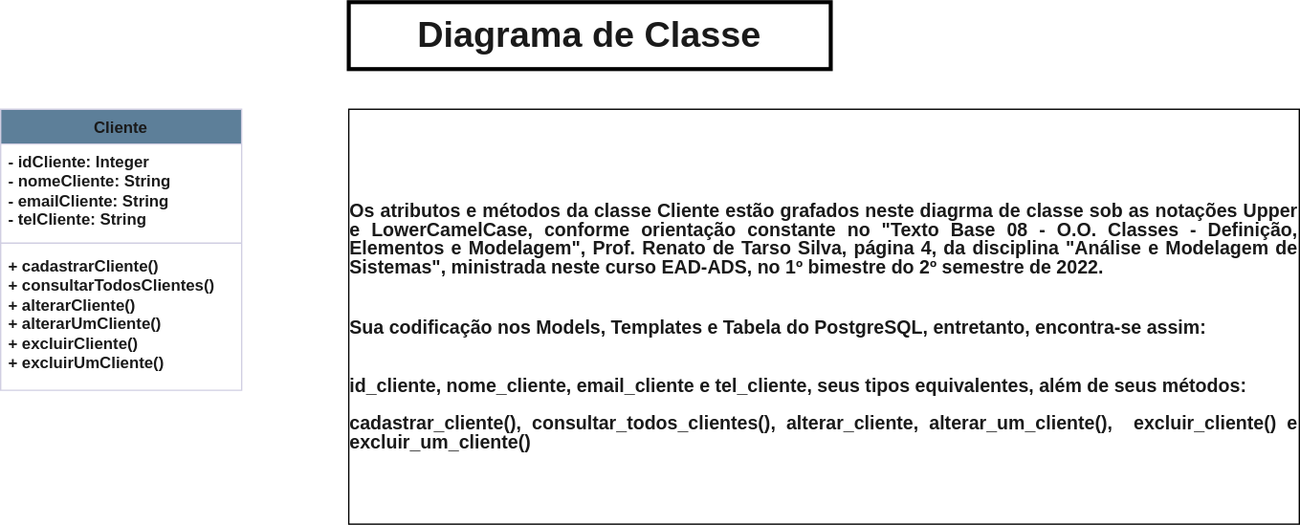
Before: diagramaDeClasse.svg, a diagram exported from draw.io (RicardoDWeb/SoftwareProducts2023). Source tidied: cells renumbered, new cells last; positions are measured from the earlier drawing's top-left corner, leaving out a move shared by most shapes.
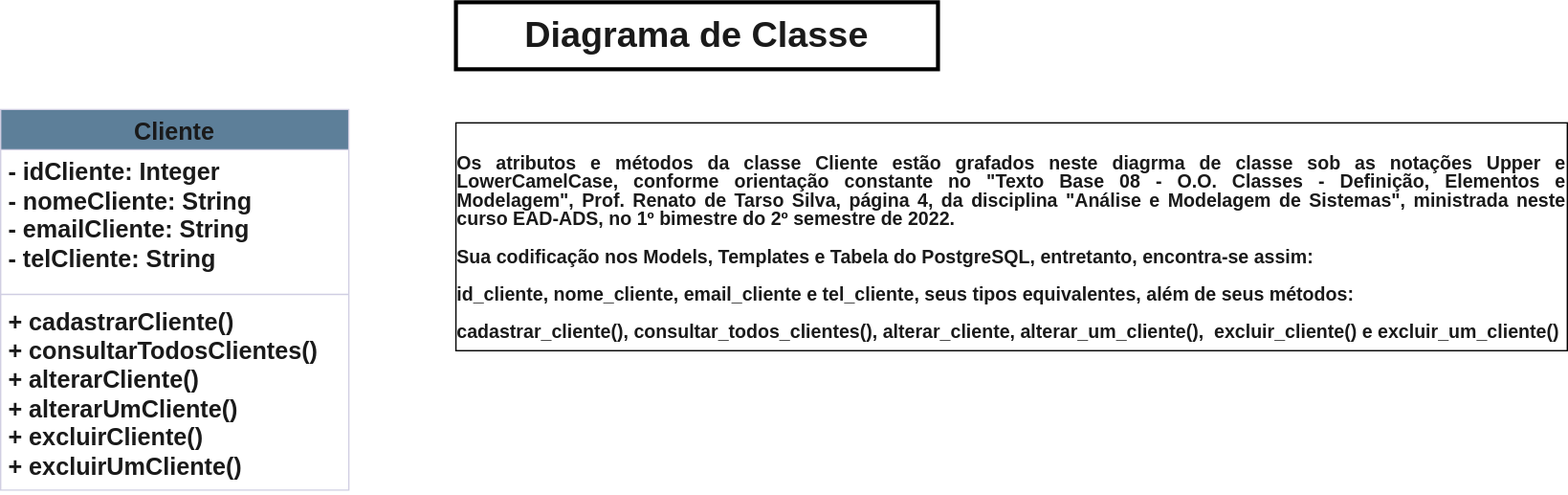
After the commit.

Diff of the diagram source:
```diff
@@ -2,23 +2,23 @@
   <root>
     <mxCell id="0" />
     <mxCell id="1" parent="0" />
-    <mxCell id="2" value="Cliente" style="swimlane;fontStyle=1;align=center;verticalAlign=top;horizontal=1;startSize=26;whiteSpace=wrap;html=1;labelBackgroundColor=none;fillColor=#5D7F99;strokeColor=#D0CEE2;fontColor=#1A1A1A;" parent="1" vertex="1">
-      <mxGeometry y="80" width="180" height="210" as="geometry" />
+    <mxCell id="2" value="&lt;font style=&quot;font-size: 18px;&quot;&gt;Cliente&lt;/font&gt;" style="swimlane;fontStyle=1;align=center;verticalAlign=top;horizontal=1;startSize=30;whiteSpace=wrap;html=1;labelBackgroundColor=none;fillColor=#5D7F99;strokeColor=#D0CEE2;fontColor=#1A1A1A;" parent="1" vertex="1">
+      <mxGeometry y="80" width="260" height="284" as="geometry" />
     </mxCell>
-    <mxCell id="3" value="&lt;b&gt;- idCliente: Integer&lt;br&gt;- nomeCliente: String&lt;br&gt;- emailCliente: String&lt;br&gt;- telCliente: String&lt;/b&gt;" style="text;strokeColor=none;fillColor=none;align=left;verticalAlign=top;spacingLeft=4;spacingRight=4;overflow=hidden;whiteSpace=wrap;html=1;labelBackgroundColor=none;fontColor=#1A1A1A;" parent="2" vertex="1">
-      <mxGeometry y="26" width="180" height="70" as="geometry" />
+    <mxCell id="3" value="&lt;b style=&quot;font-size: 18px;&quot;&gt;- idCliente: Integer&lt;br&gt;- nomeCliente: String&lt;br&gt;- emailCliente: String&lt;br&gt;- telCliente: String&lt;/b&gt;" style="text;strokeColor=none;fillColor=none;align=left;verticalAlign=top;spacingLeft=4;spacingRight=4;overflow=hidden;whiteSpace=wrap;html=1;labelBackgroundColor=none;fontColor=#1A1A1A;" parent="2" vertex="1">
+      <mxGeometry y="30" width="260" height="104" as="geometry" />
     </mxCell>
     <mxCell id="4" style="line;strokeWidth=1;fillColor=none;align=left;verticalAlign=middle;spacingTop=-1;spacingLeft=3;spacingRight=3;labelPosition=right;labelBackgroundColor=none;strokeColor=#D0CEE2;fontColor=#1A1A1A;" parent="2" vertex="1">
-      <mxGeometry y="96" width="180" height="8" as="geometry" />
+      <mxGeometry y="134" width="260" height="8" as="geometry" />
     </mxCell>
-    <mxCell id="5" value="&lt;b&gt;+ cadastrarCliente()&lt;br&gt;+ consultarTodosClientes()&lt;br&gt;+ alterarCliente()&lt;br&gt;+ alterarUmCliente()&lt;br&gt;+ excluirCliente()&lt;br&gt;+ excluirUmCliente()&lt;/b&gt;" style="text;strokeColor=none;fillColor=none;align=left;verticalAlign=top;spacingLeft=4;spacingRight=4;overflow=hidden;whiteSpace=wrap;html=1;labelBackgroundColor=none;fontColor=#1A1A1A;" parent="2" vertex="1">
-      <mxGeometry y="104" width="180" height="106" as="geometry" />
+    <mxCell id="5" value="&lt;b style=&quot;font-size: 18px;&quot;&gt;+ cadastrarCliente()&lt;br&gt;+ consultarTodosClientes()&lt;br&gt;+ alterarCliente()&lt;br&gt;+ alterarUmCliente()&lt;br&gt;+ excluirCliente()&lt;br&gt;+ excluirUmCliente()&lt;/b&gt;" style="text;strokeColor=none;fillColor=none;align=left;verticalAlign=top;spacingLeft=4;spacingRight=4;overflow=hidden;whiteSpace=wrap;html=1;labelBackgroundColor=none;fontColor=#1A1A1A;" parent="2" vertex="1">
+      <mxGeometry y="142" width="260" height="142" as="geometry" />
     </mxCell>
-    <mxCell id="6" value="&lt;div style=&quot;text-align: justify; font-size: 14px;&quot;&gt;&lt;p style=&quot;line-height: 100%; margin-bottom: 0cm&quot; align=&quot;justify&quot;&gt;&lt;font style=&quot;font-size: 14px;&quot;&gt;&lt;b&gt;Os atributos e métodos da classe Cliente estão grafados neste diagrma de classe sob as&amp;nbsp;notações Upper e LowerCamelCase, conforme orientação constante no &quot;Texto Base 08 - O.O. Classes - Definição, Elementos e Modelagem&quot;,&amp;nbsp;Prof. Renato de Tarso Silva, página 4, da disciplina &quot;Análise e Modelagem de Sistemas&quot;, ministrada neste curso EAD-ADS, no 1º bimestre do 2º semestre de 2022.&lt;/b&gt;&lt;/font&gt;&lt;/p&gt;&lt;b&gt;&lt;br&gt;&lt;/b&gt;&lt;p style=&quot;line-height: 100%; margin-bottom: 0cm&quot; align=&quot;justify&quot;&gt;&lt;b&gt;&lt;span style=&quot;background-color: initial;&quot;&gt;Sua&amp;nbsp;&lt;/span&gt;&lt;span style=&quot;background-color: initial;&quot;&gt;codificação nos Models, Templates e Tabela do PostgreSQL,&amp;nbsp;&lt;/span&gt;&lt;span style=&quot;background-color: initial;&quot;&gt;entretanto, encontra-se assim:&lt;/span&gt;&lt;/b&gt;&lt;/p&gt;&lt;b&gt;&lt;br&gt;&lt;/b&gt;&lt;p style=&quot;line-height: 100%; margin-bottom: 0cm&quot; align=&quot;justify&quot;&gt;&lt;font style=&quot;font-size: 14px;&quot;&gt;&lt;b&gt;id_cliente, nome_cliente, email_cliente e tel_cliente, seus tipos equivalentes,&amp;nbsp;além de seus métodos:&lt;/b&gt;&lt;/font&gt;&lt;/p&gt;&lt;p style=&quot;line-height: 100%; margin-bottom: 0cm&quot; align=&quot;justify&quot;&gt;&lt;font style=&quot;font-size: 14px;&quot;&gt;&lt;b&gt;cadastrar_cliente(), consultar_todos_clientes(), alterar_cliente, alterar_um_cliente(),&amp;nbsp; excluir_cliente() e excluir_um_cliente()&lt;/b&gt;&lt;/font&gt;&lt;/p&gt;&lt;/div&gt;" style="text;align=center;fillColor=none;html=1;verticalAlign=middle;whiteSpace=wrap;rounded=0;labelBackgroundColor=none;fontColor=#1A1A1A;strokeColor=default;" parent="1" vertex="1">
-      <mxGeometry x="260" y="80" width="710" height="310" as="geometry" />
+    <mxCell id="6" value="&lt;div style=&quot;text-align: justify; font-size: 14px;&quot;&gt;&lt;p style=&quot;line-height: 100%; margin-bottom: 0cm&quot; align=&quot;justify&quot;&gt;&lt;font style=&quot;font-size: 14px;&quot;&gt;&lt;b&gt;Os atributos e métodos da classe Cliente estão grafados neste diagrma de classe sob as&amp;nbsp;notações Upper e LowerCamelCase, conforme orientação constante no &quot;Texto Base 08 - O.O. Classes - Definição, Elementos e Modelagem&quot;,&amp;nbsp;Prof. Renato de Tarso Silva, página 4, da disciplina &quot;Análise e Modelagem de Sistemas&quot;, ministrada neste curso EAD-ADS, no 1º bimestre do 2º semestre de 2022.&lt;/b&gt;&lt;/font&gt;&lt;/p&gt;&lt;p style=&quot;line-height: 100%; margin-bottom: 0cm&quot; align=&quot;justify&quot;&gt;&lt;b&gt;&lt;span style=&quot;background-color: initial;&quot;&gt;Sua&amp;nbsp;&lt;/span&gt;&lt;span style=&quot;background-color: initial;&quot;&gt;codificação nos Models, Templates e Tabela do PostgreSQL,&amp;nbsp;&lt;/span&gt;&lt;span style=&quot;background-color: initial;&quot;&gt;entretanto, encontra-se assim:&lt;/span&gt;&lt;/b&gt;&lt;/p&gt;&lt;p style=&quot;line-height: 100%; margin-bottom: 0cm&quot; align=&quot;justify&quot;&gt;&lt;font style=&quot;font-size: 14px;&quot;&gt;&lt;b&gt;id_cliente, nome_cliente, email_cliente e tel_cliente, seus tipos equivalentes,&amp;nbsp;além de seus métodos:&lt;/b&gt;&lt;/font&gt;&lt;/p&gt;&lt;p style=&quot;line-height: 100%; margin-bottom: 0cm&quot; align=&quot;justify&quot;&gt;&lt;font style=&quot;font-size: 14px;&quot;&gt;&lt;b&gt;cadastrar_cliente(), consultar_todos_clientes(), alterar_cliente, alterar_um_cliente(),&amp;nbsp; excluir_cliente() e excluir_um_cliente()&lt;/b&gt;&lt;/font&gt;&lt;/p&gt;&lt;/div&gt;" style="text;align=center;fillColor=none;html=1;verticalAlign=middle;whiteSpace=wrap;rounded=0;labelBackgroundColor=none;fontColor=#1A1A1A;strokeColor=default;" parent="1" vertex="1">
+      <mxGeometry x="340" y="90" width="830" height="170" as="geometry" />
     </mxCell>
     <mxCell id="7" value="&lt;font style=&quot;font-size: 27px;&quot;&gt;&lt;b&gt;Diagrama de Classe&lt;/b&gt;&lt;/font&gt;" style="text;align=center;fillColor=none;html=1;verticalAlign=middle;whiteSpace=wrap;rounded=0;strokeWidth=3;labelBackgroundColor=none;fontColor=#1A1A1A;strokeColor=default;" parent="1" vertex="1">
-      <mxGeometry x="260" width="360" height="50" as="geometry" />
+      <mxGeometry x="340" width="360" height="50" as="geometry" />
     </mxCell>
   </root>
 </mxGraphModel>
```
